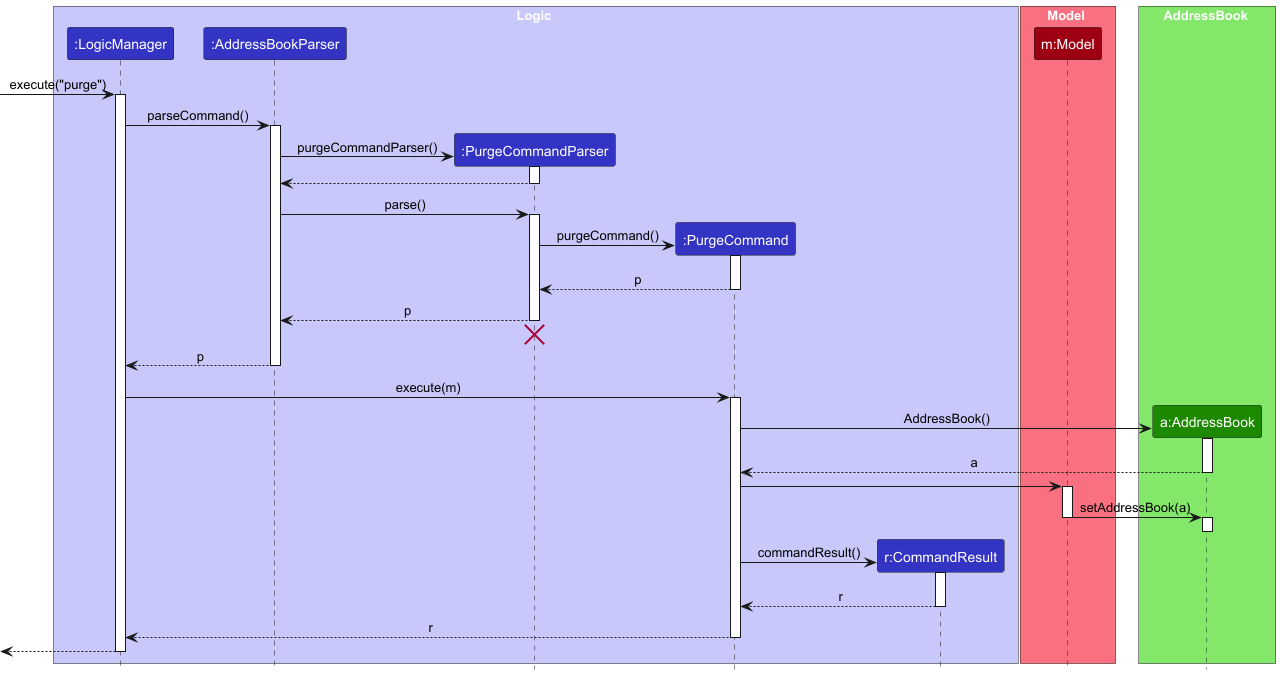
Before: docs/images/PurgeSequenceDiagram.png, a diagram exported from PlantUML (boinkkitty/tp).
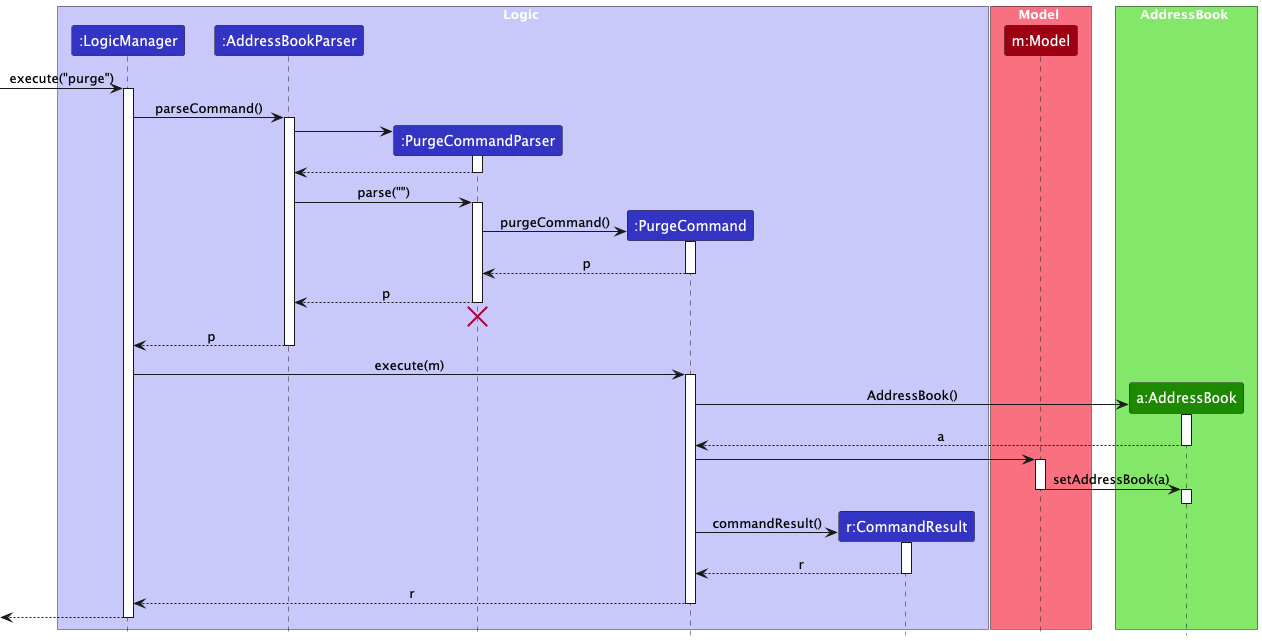
After the commit.

What changed in the source:
```diff
@@ -27,14 +27,14 @@
 activate AddressBookParser
 
 create PurgeCommandParser
-AddressBookParser -> PurgeCommandParser : purgeCommandParser()
+AddressBookParser -> PurgeCommandParser :
 activate PurgeCommandParser
 
 PurgeCommandParser --> AddressBookParser
 deactivate PurgeCommandParser
 
 
-AddressBookParser -> PurgeCommandParser: parse()
+AddressBookParser -> PurgeCommandParser: parse("")
 
 activate PurgeCommandParser
 
```
